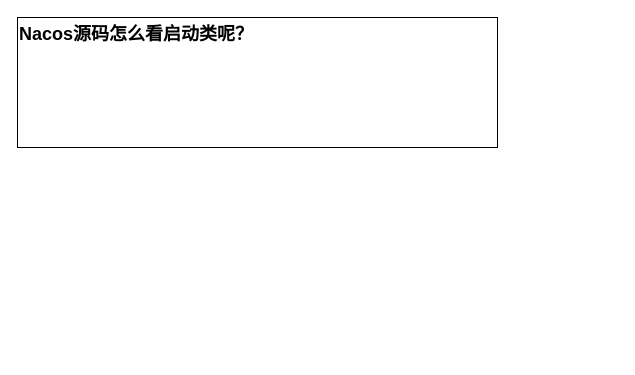
Above: JAVA/Nacos.drawio in KGwolf/MyDraw (draw.io), before the change. Source tidied: cells renumbered, new cells numbered last; positions are measured from the earlier drawing's top-left corner, leaving out a move shared by most shapes. Both pictures are drawn from the tidied source at 100%, with x=0, y=0 at pixel (17, 17).
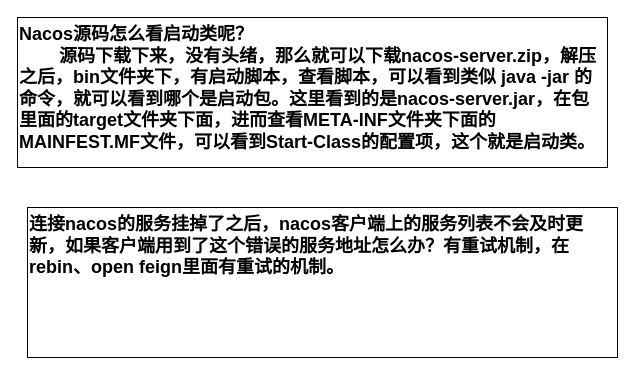
The same diagram, later.

Change to the diagram source:
```diff
@@
 <mxGraphModel>
   <root>
     <mxCell id="0" />
     <mxCell id="1" parent="0" />
-    <mxCell id="2" value="Nacos源码怎么看启动类呢？" style="rounded=0;whiteSpace=wrap;html=1;fontSize=18;fontStyle=1;verticalAlign=top;align=left;" parent="1" vertex="1">
-      <mxGeometry width="480" height="130" as="geometry" />
+    <mxCell id="2" value="Nacos源码怎么看启动类呢？&lt;div&gt;&lt;span style=&quot;white-space: pre;&quot;&gt;&#9;&lt;/span&gt;源码下载下来，没有头绪，那么就可以下载nacos-server.zip，解压之后，bin文件夹下，有启动脚本，查看脚本，可以看到类似 java -jar 的命令，就可以看到哪个是启动包。这里看到的是nacos-server.jar，在包里面的target文件夹下面，进而查看META-INF文件夹下面的MAINFEST.MF文件，可以看到Start-Class的配置项，这个就是启动类。&lt;br&gt;&lt;/div&gt;" style="rounded=0;whiteSpace=wrap;html=1;fontSize=18;fontStyle=1;verticalAlign=top;align=left;" parent="1" vertex="1">
+      <mxGeometry width="590" height="150" as="geometry" />
     </mxCell>
+    <mxCell id="3" value="连接nacos的服务挂掉了之后，nacos客户端上的服务列表不会及时更新，如果客户端用到了这个错误的服务地址怎么办？有重试机制，在rebin、open feign里面有重试的机制。" style="rounded=0;whiteSpace=wrap;html=1;fontSize=18;fontStyle=1;verticalAlign=top;align=left;" parent="1" vertex="1">
+      <mxGeometry x="10" y="190" width="590" height="150" as="geometry" />
+    </mxCell>
   </root>
 </mxGraphModel>
```
